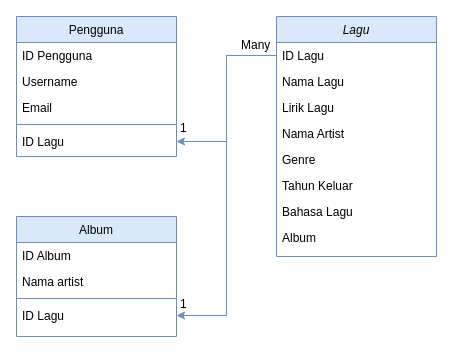
Earlier version of the draw.io diagram Untitled Diagram.drawio (vinnnna/web). Source tidied: cells renumbered, new cells numbered last; positions are measured from the earlier drawing's top-left corner, leaving out a move shared by most shapes. Both pictures are drawn from the tidied source at 100%, with x=0, y=0 at pixel (16, 16).
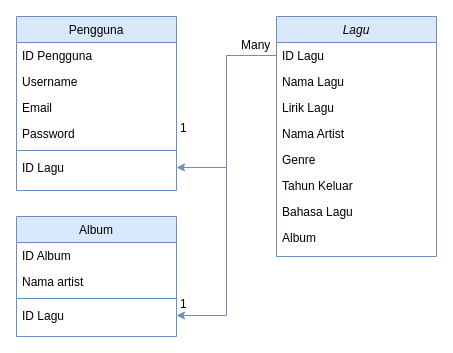
The same diagram, later.

The edit, as a diff of the source:
```diff
@@
     <mxCell id="11" value="Pengguna" style="swimlane;fontStyle=0;align=center;verticalAlign=top;horizontal=1;startSize=26;rounded=0;shadow=0;strokeWidth=1;fillColor=#dae8fc;strokeColor=#6c8ebf;" parent="1" vertex="1">
-      <mxGeometry width="160" height="140" as="geometry" />
+      <mxGeometry width="160" height="174" as="geometry" />
     </mxCell>
@@
+    <mxCell id="27" value="Email" style="text;align=left;verticalAlign=top;spacingLeft=4;spacingRight=4;overflow=hidden;rounded=0;shadow=0;html=0;" parent="11" vertex="1">
+      <mxGeometry y="78" width="160" height="26" as="geometry" />
+    </mxCell>
-    <mxCell id="14" value="Email" style="text;align=left;verticalAlign=top;spacingLeft=4;spacingRight=4;overflow=hidden;rounded=0;shadow=0;html=0;" parent="11" vertex="1">
-      <mxGeometry y="78" width="160" height="26" as="geometry" />
+    <mxCell id="14" value="Password" style="text;align=left;verticalAlign=top;spacingLeft=4;spacingRight=4;overflow=hidden;rounded=0;shadow=0;html=0;" parent="11" vertex="1">
+      <mxGeometry y="104" width="160" height="26" as="geometry" />
     </mxCell>
     <mxCell id="15" style="line;html=1;strokeWidth=1;align=left;verticalAlign=middle;spacingTop=-1;spacingLeft=3;spacingRight=3;labelPosition=right;fillColor=#dae8fc;strokeColor=#6c8ebf;" parent="11" vertex="1">
-      <mxGeometry y="104" width="160" height="8" as="geometry" />
+      <mxGeometry y="130" width="160" height="8" as="geometry" />
     </mxCell>
     <mxCell id="16" value="ID Lagu" style="text;align=left;verticalAlign=top;spacingLeft=4;spacingRight=4;overflow=hidden;points=[[0,0.5],[1,0.5]];portConstraint=eastwest;" parent="11" vertex="1">
-      <mxGeometry y="112" width="160" height="26" as="geometry" />
+      <mxGeometry y="138" width="160" height="26" as="geometry" />
     </mxCell>
```
